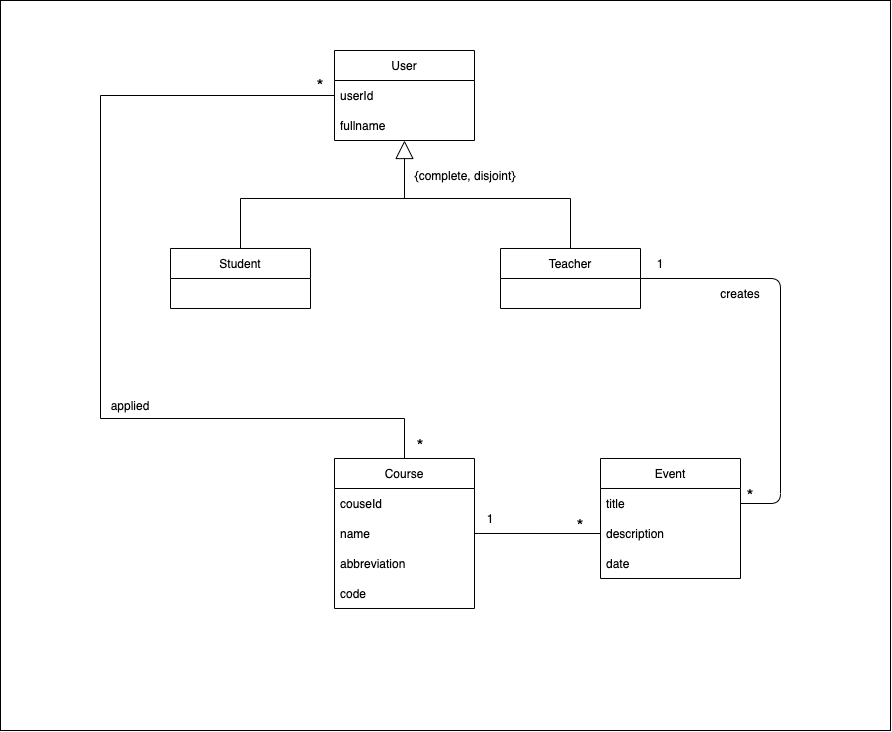
The draw.io diagram images/domain-model.drawio.png in LEIC-ES-2021-22/3LEIC01T1, before a commit. Source tidied: cells renumbered, new cells last; positions are measured from the earlier drawing's top-left corner, leaving out a move shared by most shapes.
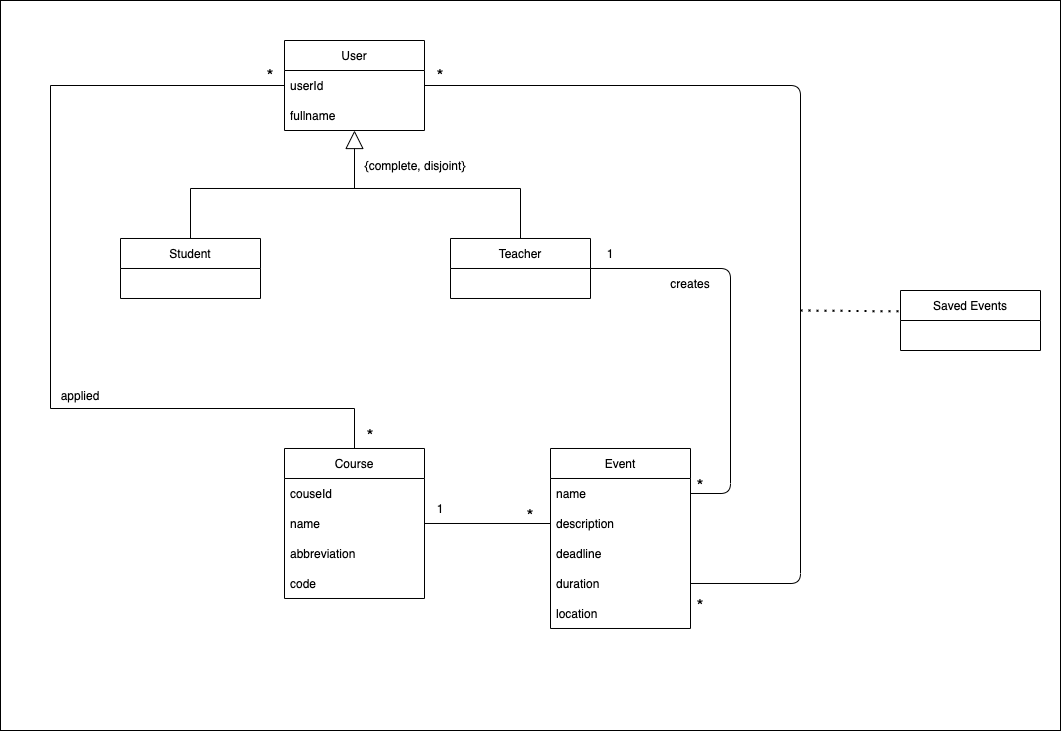
The same diagram one commit later.

Change to the diagram source:
```diff
@@ -3,7 +3,7 @@
     <mxCell id="0" />
     <mxCell id="1" parent="0" />
     <mxCell id="2" style="rounded=0;whiteSpace=wrap;html=1;" parent="1" vertex="1">
-      <mxGeometry width="890" height="730" as="geometry" />
+      <mxGeometry x="50" y="10" width="1060" height="730" as="geometry" />
     </mxCell>
     <mxCell id="3" value="Student" style="swimlane;fontStyle=0;horizontal=1;startSize=30;" parent="1" vertex="1">
       <mxGeometry x="170" y="248" width="140" height="60" as="geometry" />
@@ -21,17 +21,23 @@
       <mxGeometry x="500" y="248" width="140" height="60" as="geometry" />
     </mxCell>
     <mxCell id="8" value="Event" style="swimlane;fontStyle=0;horizontal=1;startSize=30;" parent="1" vertex="1">
-      <mxGeometry x="600" y="458" width="140" height="120" as="geometry" />
+      <mxGeometry x="600" y="458" width="140" height="180" as="geometry" />
     </mxCell>
-    <mxCell id="9" value="title" style="text;strokeColor=none;fillColor=none;align=left;verticalAlign=middle;spacingLeft=4;spacingRight=4;overflow=hidden;points=[[0,0.5],[1,0.5]];portConstraint=eastwest;" parent="8" vertex="1">
+    <mxCell id="9" value="name" style="text;strokeColor=none;fillColor=none;align=left;verticalAlign=middle;spacingLeft=4;spacingRight=4;overflow=hidden;points=[[0,0.5],[1,0.5]];portConstraint=eastwest;" parent="8" vertex="1">
       <mxGeometry y="30" width="140" height="30" as="geometry" />
     </mxCell>
     <mxCell id="10" value="description" style="text;strokeColor=none;fillColor=none;align=left;verticalAlign=middle;spacingLeft=4;spacingRight=4;overflow=hidden;" parent="8" vertex="1">
       <mxGeometry y="60" width="140" height="30" as="geometry" />
     </mxCell>
-    <mxCell id="11" value="date" style="text;strokeColor=none;fillColor=none;align=left;verticalAlign=middle;spacingLeft=4;spacingRight=4;overflow=hidden;" parent="8" vertex="1">
+    <mxCell id="11" value="deadline" style="text;strokeColor=none;fillColor=none;align=left;verticalAlign=middle;spacingLeft=4;spacingRight=4;overflow=hidden;" parent="8" vertex="1">
       <mxGeometry y="90" width="140" height="30" as="geometry" />
     </mxCell>
+    <mxCell id="31" value="duration" style="text;strokeColor=none;fillColor=none;align=left;verticalAlign=middle;spacingLeft=4;spacingRight=4;overflow=hidden;points=[[0,0.5],[1,0.5]];portConstraint=eastwest;" parent="8" vertex="1">
+      <mxGeometry y="120" width="140" height="30" as="geometry" />
+    </mxCell>
+    <mxCell id="32" value="location" style="text;strokeColor=none;fillColor=none;align=left;verticalAlign=middle;spacingLeft=4;spacingRight=4;overflow=hidden;" parent="8" vertex="1">
+      <mxGeometry y="150" width="140" height="30" as="geometry" />
+    </mxCell>
     <mxCell id="12" value="Course" style="swimlane;fontStyle=0;horizontal=1;startSize=30;" parent="1" vertex="1">
       <mxGeometry x="334" y="458" width="140" height="150" as="geometry" />
     </mxCell>
@@ -114,5 +120,27 @@
     <mxCell id="30" value="&lt;font style=&quot;font-size: 12px&quot;&gt;1&lt;/font&gt;" style="text;html=1;strokeColor=none;fillColor=none;align=center;verticalAlign=middle;whiteSpace=wrap;rounded=0;" parent="1" vertex="1">
       <mxGeometry x="460" y="503" width="60" height="30" as="geometry" />
     </mxCell>
+    <mxCell id="33" value="Saved Events" style="swimlane;fontStyle=0;horizontal=1;startSize=30;" parent="1" vertex="1">
+      <mxGeometry x="950" y="300" width="140" height="60" as="geometry" />
+    </mxCell>
+    <mxCell id="34" style="endArrow=none;html=1;exitX=1;exitY=0.5;exitDx=0;exitDy=0;entryX=1;entryY=0.5;entryDx=0;entryDy=0;" parent="1" edge="1" source="5" target="31">
+      <mxGeometry relative="1" as="geometry">
+        <Array as="points">
+          <mxPoint x="850" y="95" />
+          <mxPoint x="850" y="593" />
+        </Array>
+      </mxGeometry>
+    </mxCell>
+    <mxCell id="35" style="endArrow=none;dashed=1;html=1;dashPattern=1 3;strokeWidth=2;entryX=-0.01;entryY=0.348;entryDx=0;entryDy=0;entryPerimeter=0;" parent="1" edge="1" target="33">
+      <mxGeometry relative="1" as="geometry">
+        <mxPoint x="850" y="320" as="sourcePoint" />
+      </mxGeometry>
+    </mxCell>
+    <mxCell id="36" value="&lt;font style=&quot;font-size: 18px&quot;&gt;*&lt;/font&gt;" style="text;html=1;strokeColor=none;fillColor=none;align=center;verticalAlign=middle;whiteSpace=wrap;rounded=0;" parent="1" vertex="1">
+      <mxGeometry x="460" y="70" width="60" height="30" as="geometry" />
+    </mxCell>
+    <mxCell id="37" value="&lt;font style=&quot;font-size: 18px&quot;&gt;*&lt;/font&gt;" style="text;html=1;strokeColor=none;fillColor=none;align=center;verticalAlign=middle;whiteSpace=wrap;rounded=0;" parent="1" vertex="1">
+      <mxGeometry x="720" y="600" width="60" height="30" as="geometry" />
+    </mxCell>
   </root>
 </mxGraphModel>
```
